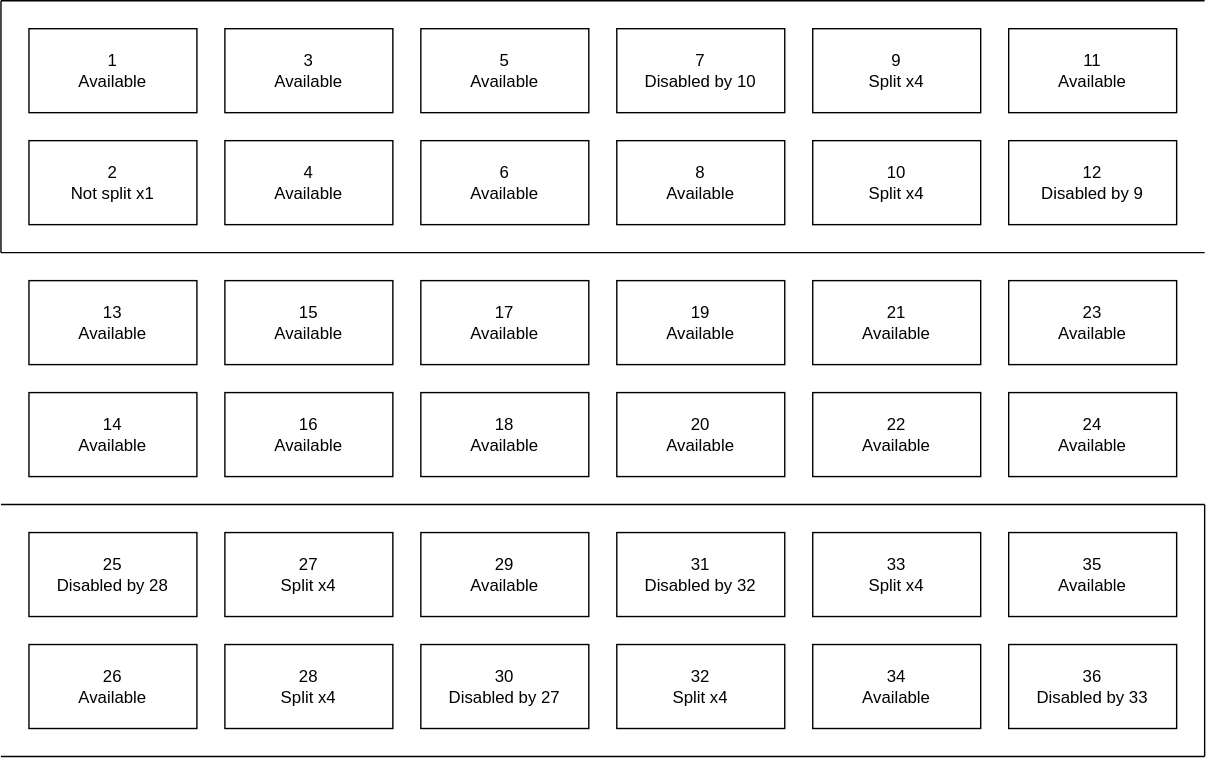
solidDoWant/infra-mk3 keeps this draw.io diagram as docs/assets/images/sx6036-port-split.drawio.svg. Above is the earlier version. Source tidied: cells renumbered, new cells last; positions are measured from the earlier drawing's top-left corner, leaving out a move shared by most shapes.
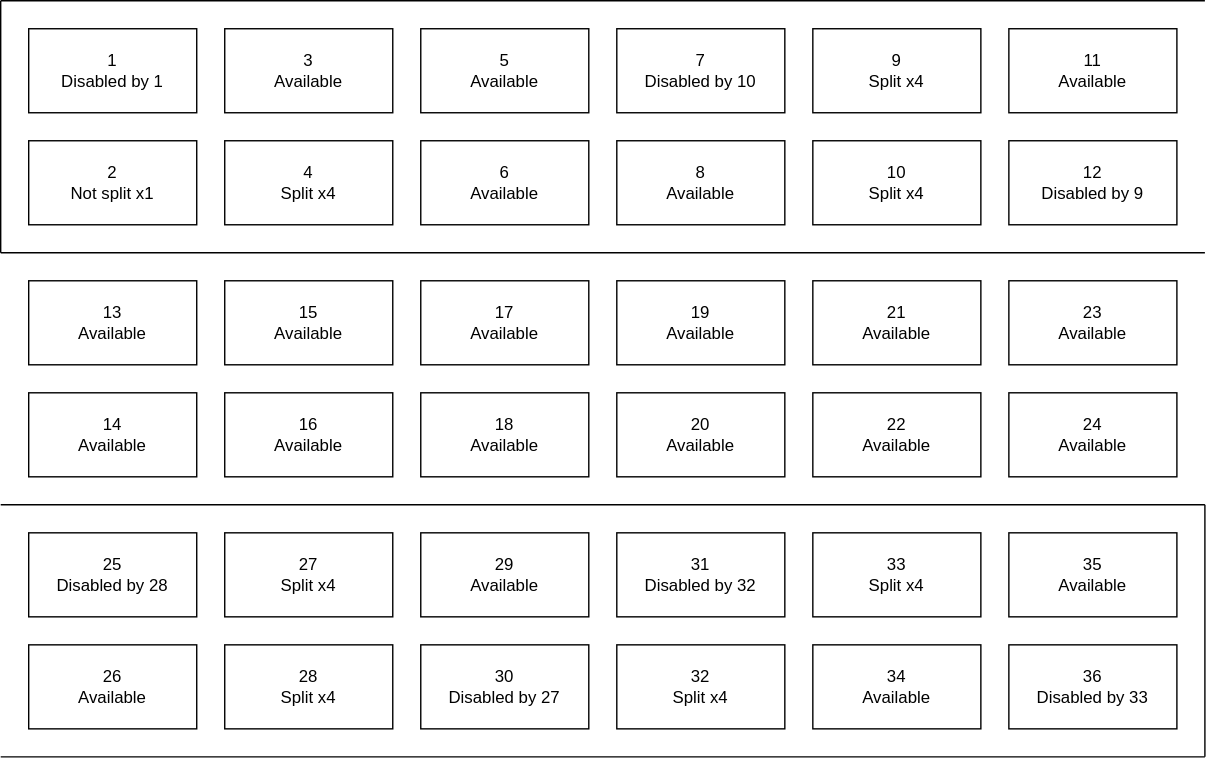
After the commit.

Commit message:
Updated diagrams to match physical install

Change to the diagram source:
```diff
@@ -5,7 +5,7 @@
     <mxCell id="2" style="rounded=0;whiteSpace=wrap;html=1;strokeColor=none;" parent="1" vertex="1">
       <mxGeometry width="860" height="540" as="geometry" />
     </mxCell>
-    <mxCell id="3" value="1&lt;br&gt;Available" style="rounded=0;whiteSpace=wrap;html=1;perimeterSpacing=0;" parent="1" vertex="1">
+    <mxCell id="3" value="1&lt;br&gt;Disabled by 1" style="rounded=0;whiteSpace=wrap;html=1;perimeterSpacing=0;" parent="1" vertex="1">
       <mxGeometry x="20" y="20" width="120" height="60" as="geometry" />
     </mxCell>
     <mxCell id="4" value="3&lt;br&gt;Available" style="rounded=0;whiteSpace=wrap;html=1;" parent="1" vertex="1">
@@ -26,7 +26,7 @@
     <mxCell id="9" value="2&lt;br&gt;Not split x1" style="rounded=0;whiteSpace=wrap;html=1;" parent="1" vertex="1">
       <mxGeometry x="20" y="100" width="120" height="60" as="geometry" />
     </mxCell>
-    <mxCell id="10" value="4&lt;br&gt;Available" style="rounded=0;whiteSpace=wrap;html=1;" parent="1" vertex="1">
+    <mxCell id="10" value="4&lt;br&gt;Split x4" style="rounded=0;whiteSpace=wrap;html=1;" parent="1" vertex="1">
       <mxGeometry x="160" y="100" width="120" height="60" as="geometry" />
     </mxCell>
     <mxCell id="11" value="6&lt;br&gt;Available" style="rounded=0;whiteSpace=wrap;html=1;" parent="1" vertex="1">
```
